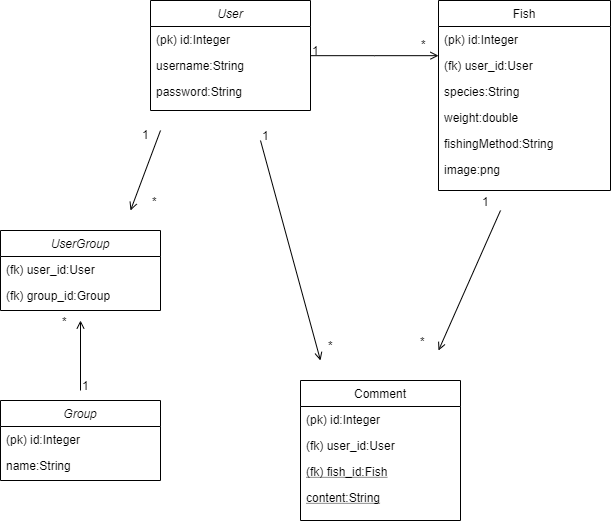
Earlier version of the draw.io export documentation/fishCatchForumClassDiagram.png (samvancart/fish-catch-forum). Source tidied: cells renumbered, new cells last; positions are measured from the earlier drawing's top-left corner, leaving out a move shared by most shapes. Its diagram source:
```xml
<mxGraphModel>
  <root>
    <mxCell id="0" />
    <mxCell id="1" parent="0" />
    <mxCell id="2" style="endArrow=open;shadow=0;strokeWidth=1;strokeColor=#000000;rounded=0;endFill=1;elbow=vertical;" parent="1" edge="1">
      <mxGeometry x="0.5" y="41" relative="1" as="geometry">
        <mxPoint x="500" y="210" as="sourcePoint" />
        <mxPoint x="438" y="350" as="targetPoint" />
        <mxPoint x="-40" y="32" as="offset" />
      </mxGeometry>
    </mxCell>
    <mxCell id="3" value="1" style="align=left;verticalAlign=bottom;labelBackgroundColor=none;fontSize=12;" parent="2" vertex="1">
      <mxGeometry x="-1" relative="1" as="geometry">
        <mxPoint x="-20" as="offset" />
      </mxGeometry>
    </mxCell>
    <mxCell id="4" value="User" style="swimlane;fontStyle=2;align=center;verticalAlign=top;horizontal=1;startSize=26;rounded=0;shadow=0;strokeWidth=1;" parent="1" vertex="1">
      <mxGeometry x="150" width="160" height="110" as="geometry" />
    </mxCell>
    <mxCell id="5" value="(pk) id:Integer" style="text;align=left;verticalAlign=top;spacingLeft=4;spacingRight=4;overflow=hidden;rounded=0;shadow=0;html=0;" parent="4" vertex="1">
      <mxGeometry y="26" width="160" height="26" as="geometry" />
    </mxCell>
    <mxCell id="6" value="username:String" style="text;align=left;verticalAlign=top;spacingLeft=4;spacingRight=4;overflow=hidden;" parent="4" vertex="1">
      <mxGeometry y="52" width="160" height="26" as="geometry" />
    </mxCell>
    <mxCell id="7" value="password:String" style="text;align=left;verticalAlign=top;spacingLeft=4;spacingRight=4;overflow=hidden;rounded=0;shadow=0;html=0;" parent="4" vertex="1">
      <mxGeometry y="78" width="160" height="26" as="geometry" />
    </mxCell>
    <mxCell id="8" value="Comment" style="swimlane;fontStyle=0;align=center;verticalAlign=top;horizontal=1;startSize=26;rounded=0;shadow=0;strokeWidth=1;" parent="1" vertex="1">
      <mxGeometry x="300" y="380" width="160" height="140" as="geometry" />
    </mxCell>
    <mxCell id="9" value="(pk) id:Integer&#10;" style="text;align=left;verticalAlign=top;spacingLeft=4;spacingRight=4;overflow=hidden;" parent="8" vertex="1">
      <mxGeometry y="26" width="160" height="26" as="geometry" />
    </mxCell>
    <mxCell id="10" value="(fk) user_id:User" style="text;align=left;verticalAlign=top;spacingLeft=4;spacingRight=4;overflow=hidden;rounded=0;shadow=0;html=0;" parent="8" vertex="1">
      <mxGeometry y="52" width="160" height="26" as="geometry" />
    </mxCell>
    <mxCell id="11" value="(fk) fish_id:Fish" style="text;align=left;verticalAlign=top;spacingLeft=4;spacingRight=4;overflow=hidden;fontStyle=4;" parent="8" vertex="1">
      <mxGeometry y="78" width="160" height="26" as="geometry" />
    </mxCell>
    <mxCell id="12" value="content:String" style="text;align=left;verticalAlign=top;spacingLeft=4;spacingRight=4;overflow=hidden;fontStyle=4;" parent="8" vertex="1">
      <mxGeometry y="104" width="160" height="26" as="geometry" />
    </mxCell>
    <mxCell id="13" value="Fish" style="swimlane;fontStyle=0;align=center;verticalAlign=top;horizontal=1;startSize=26;rounded=0;shadow=0;strokeWidth=1;" parent="1" vertex="1">
      <mxGeometry x="438" width="172" height="190" as="geometry" />
    </mxCell>
    <mxCell id="14" value="(pk) id:Integer" style="text;align=left;verticalAlign=top;spacingLeft=4;spacingRight=4;overflow=hidden;" parent="13" vertex="1">
      <mxGeometry y="26" width="172" height="26" as="geometry" />
    </mxCell>
    <mxCell id="15" value="(fk) user_id:User" style="text;align=left;verticalAlign=top;spacingLeft=4;spacingRight=4;overflow=hidden;" parent="13" vertex="1">
      <mxGeometry y="52" width="172" height="26" as="geometry" />
    </mxCell>
    <mxCell id="16" value="species:String" style="text;align=left;verticalAlign=top;spacingLeft=4;spacingRight=4;overflow=hidden;rounded=0;shadow=0;html=0;" parent="13" vertex="1">
      <mxGeometry y="78" width="172" height="26" as="geometry" />
    </mxCell>
    <mxCell id="17" value="weight:double" style="text;align=left;verticalAlign=top;spacingLeft=4;spacingRight=4;overflow=hidden;rounded=0;shadow=0;html=0;" parent="13" vertex="1">
      <mxGeometry y="104" width="172" height="26" as="geometry" />
    </mxCell>
    <mxCell id="18" value="fishingMethod:String" style="text;align=left;verticalAlign=top;spacingLeft=4;spacingRight=4;overflow=hidden;rounded=0;shadow=0;html=0;" parent="13" vertex="1">
      <mxGeometry y="130" width="172" height="26" as="geometry" />
    </mxCell>
    <mxCell id="19" value="image:png" style="text;align=left;verticalAlign=top;spacingLeft=4;spacingRight=4;overflow=hidden;rounded=0;shadow=0;html=0;" parent="13" vertex="1">
      <mxGeometry y="156" width="172" height="26" as="geometry" />
    </mxCell>
    <mxCell id="20" style="endArrow=open;shadow=0;strokeWidth=1;strokeColor=#000000;rounded=0;endFill=1;edgeStyle=elbowEdgeStyle;elbow=vertical;" parent="1" edge="1" source="4" target="13">
      <mxGeometry x="0.5" y="41" relative="1" as="geometry">
        <mxPoint x="-40" y="32" as="offset" />
      </mxGeometry>
    </mxCell>
    <mxCell id="21" value="1" style="align=left;verticalAlign=bottom;labelBackgroundColor=none;fontSize=12;" parent="20" vertex="1">
      <mxGeometry x="-1" relative="1" as="geometry">
        <mxPoint y="4" as="offset" />
      </mxGeometry>
    </mxCell>
    <mxCell id="22" value="*" style="align=left;verticalAlign=bottom;labelBackgroundColor=none;fontSize=12;" parent="1" vertex="1">
      <mxGeometry x="310" y="78" as="geometry">
        <mxPoint x="109" y="-25" as="offset" />
      </mxGeometry>
    </mxCell>
    <mxCell id="23" value="*" style="align=left;verticalAlign=bottom;labelBackgroundColor=none;fontSize=12;" parent="1" vertex="1">
      <mxGeometry x="250" y="300" as="geometry">
        <mxPoint x="76" y="54" as="offset" />
      </mxGeometry>
    </mxCell>
    <mxCell id="24" style="endArrow=open;shadow=0;strokeWidth=1;strokeColor=#000000;rounded=0;endFill=1;elbow=vertical;" parent="1" edge="1">
      <mxGeometry x="0.5" y="41" relative="1" as="geometry">
        <mxPoint x="260" y="140" as="sourcePoint" />
        <mxPoint x="320" y="360" as="targetPoint" />
        <mxPoint x="-40" y="32" as="offset" />
      </mxGeometry>
    </mxCell>
    <mxCell id="25" value="1" style="align=left;verticalAlign=bottom;labelBackgroundColor=none;fontSize=12;" parent="24" vertex="1">
      <mxGeometry x="-1" relative="1" as="geometry">
        <mxPoint y="4" as="offset" />
      </mxGeometry>
    </mxCell>
    <mxCell id="26" value="*" style="align=left;verticalAlign=bottom;labelBackgroundColor=none;fontSize=12;" parent="1" vertex="1">
      <mxGeometry x="438" y="350" as="geometry">
        <mxPoint x="-20" as="offset" />
      </mxGeometry>
    </mxCell>
    <mxCell id="27" value="UserGroup" style="swimlane;fontStyle=2;align=center;verticalAlign=top;horizontal=1;startSize=26;rounded=0;shadow=0;strokeWidth=1;" parent="1" vertex="1">
      <mxGeometry y="230" width="160" height="80" as="geometry" />
    </mxCell>
    <mxCell id="28" value="(fk) user_id:User&#10;" style="text;align=left;verticalAlign=top;spacingLeft=4;spacingRight=4;overflow=hidden;" parent="27" vertex="1">
      <mxGeometry y="26" width="160" height="26" as="geometry" />
    </mxCell>
    <mxCell id="29" value="(fk) group_id:Group" style="text;align=left;verticalAlign=top;spacingLeft=4;spacingRight=4;overflow=hidden;rounded=0;shadow=0;html=0;" parent="27" vertex="1">
      <mxGeometry y="52" width="160" height="26" as="geometry" />
    </mxCell>
    <mxCell id="30" value="*" style="align=left;verticalAlign=bottom;labelBackgroundColor=none;fontSize=12;" parent="1" vertex="1">
      <mxGeometry x="140" y="200" as="geometry">
        <mxPoint x="10" y="10" as="offset" />
      </mxGeometry>
    </mxCell>
    <mxCell id="31" value="*" style="align=left;verticalAlign=bottom;labelBackgroundColor=none;fontSize=12;" parent="1" vertex="1">
      <mxGeometry x="50" y="320" as="geometry">
        <mxPoint x="10" y="10" as="offset" />
      </mxGeometry>
    </mxCell>
    <mxCell id="32" style="endArrow=open;shadow=0;strokeWidth=1;strokeColor=#000000;rounded=0;endFill=1;elbow=vertical;" parent="1" edge="1">
      <mxGeometry x="0.5" y="41" relative="1" as="geometry">
        <mxPoint x="160" y="130" as="sourcePoint" />
        <mxPoint x="130" y="210" as="targetPoint" />
        <mxPoint x="-40" y="32" as="offset" />
      </mxGeometry>
    </mxCell>
    <mxCell id="33" value="1" style="align=left;verticalAlign=bottom;labelBackgroundColor=none;fontSize=12;" parent="32" vertex="1">
      <mxGeometry x="-1" relative="1" as="geometry">
        <mxPoint x="-20" y="13" as="offset" />
      </mxGeometry>
    </mxCell>
    <mxCell id="34" value="Group" style="swimlane;fontStyle=2;align=center;verticalAlign=top;horizontal=1;startSize=26;rounded=0;shadow=0;strokeWidth=1;" parent="1" vertex="1">
      <mxGeometry y="400" width="160" height="80" as="geometry" />
    </mxCell>
    <mxCell id="35" value="(pk) id:Integer&#10;" style="text;align=left;verticalAlign=top;spacingLeft=4;spacingRight=4;overflow=hidden;" parent="34" vertex="1">
      <mxGeometry y="26" width="160" height="26" as="geometry" />
    </mxCell>
    <mxCell id="36" value="name:String" style="text;align=left;verticalAlign=top;spacingLeft=4;spacingRight=4;overflow=hidden;rounded=0;shadow=0;html=0;" parent="34" vertex="1">
      <mxGeometry y="52" width="160" height="26" as="geometry" />
    </mxCell>
    <mxCell id="37" style="endArrow=open;shadow=0;strokeWidth=1;strokeColor=#000000;rounded=0;endFill=1;elbow=vertical;" parent="1" edge="1">
      <mxGeometry x="0.5" y="41" relative="1" as="geometry">
        <mxPoint x="80" y="390" as="sourcePoint" />
        <mxPoint x="80" y="320" as="targetPoint" />
        <mxPoint x="-40" y="32" as="offset" />
      </mxGeometry>
    </mxCell>
    <mxCell id="38" value="1" style="align=left;verticalAlign=bottom;labelBackgroundColor=none;fontSize=12;" parent="37" vertex="1">
      <mxGeometry x="-1" relative="1" as="geometry">
        <mxPoint y="4" as="offset" />
      </mxGeometry>
    </mxCell>
  </root>
</mxGraphModel>
```
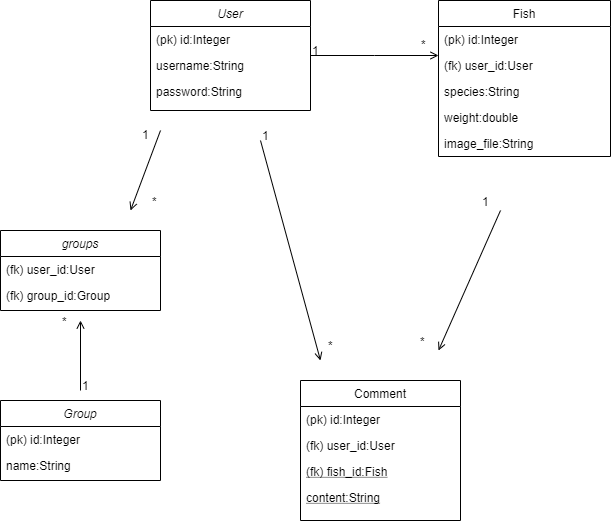
The same diagram one commit later.

Diff of the diagram source:
```diff
@@ -42,7 +42,7 @@
       <mxGeometry y="104" width="160" height="26" as="geometry" />
     </mxCell>
     <mxCell id="13" value="Fish" style="swimlane;fontStyle=0;align=center;verticalAlign=top;horizontal=1;startSize=26;rounded=0;shadow=0;strokeWidth=1;" parent="1" vertex="1">
-      <mxGeometry x="438" width="172" height="190" as="geometry" />
+      <mxGeometry x="438" width="172" height="156" as="geometry" />
     </mxCell>
     <mxCell id="14" value="(pk) id:Integer" style="text;align=left;verticalAlign=top;spacingLeft=4;spacingRight=4;overflow=hidden;" parent="13" vertex="1">
       <mxGeometry y="26" width="172" height="26" as="geometry" />
@@ -56,11 +56,8 @@
     <mxCell id="17" value="weight:double" style="text;align=left;verticalAlign=top;spacingLeft=4;spacingRight=4;overflow=hidden;rounded=0;shadow=0;html=0;" parent="13" vertex="1">
       <mxGeometry y="104" width="172" height="26" as="geometry" />
     </mxCell>
-    <mxCell id="18" value="fishingMethod:String" style="text;align=left;verticalAlign=top;spacingLeft=4;spacingRight=4;overflow=hidden;rounded=0;shadow=0;html=0;" parent="13" vertex="1">
-      <mxGeometry y="130" width="172" height="26" as="geometry" />
-    </mxCell>
-    <mxCell id="19" value="image:png" style="text;align=left;verticalAlign=top;spacingLeft=4;spacingRight=4;overflow=hidden;rounded=0;shadow=0;html=0;" parent="13" vertex="1">
-      <mxGeometry y="156" width="172" height="26" as="geometry" />
+    <mxCell id="19" value="image_file:String" style="text;align=left;verticalAlign=top;spacingLeft=4;spacingRight=4;overflow=hidden;rounded=0;shadow=0;html=0;" parent="13" vertex="1">
+      <mxGeometry y="130" width="172" height="26" as="geometry" />
     </mxCell>
     <mxCell id="20" style="endArrow=open;shadow=0;strokeWidth=1;strokeColor=#000000;rounded=0;endFill=1;edgeStyle=elbowEdgeStyle;elbow=vertical;" parent="1" edge="1" source="4" target="13">
       <mxGeometry x="0.5" y="41" relative="1" as="geometry">
@@ -99,7 +96,7 @@
         <mxPoint x="-20" as="offset" />
       </mxGeometry>
     </mxCell>
-    <mxCell id="27" value="UserGroup" style="swimlane;fontStyle=2;align=center;verticalAlign=top;horizontal=1;startSize=26;rounded=0;shadow=0;strokeWidth=1;" parent="1" vertex="1">
+    <mxCell id="27" value="groups" style="swimlane;fontStyle=2;align=center;verticalAlign=top;horizontal=1;startSize=26;rounded=0;shadow=0;strokeWidth=1;" parent="1" vertex="1">
       <mxGeometry y="230" width="160" height="80" as="geometry" />
     </mxCell>
     <mxCell id="28" value="(fk) user_id:User&#10;" style="text;align=left;verticalAlign=top;spacingLeft=4;spacingRight=4;overflow=hidden;" parent="27" vertex="1">
```
